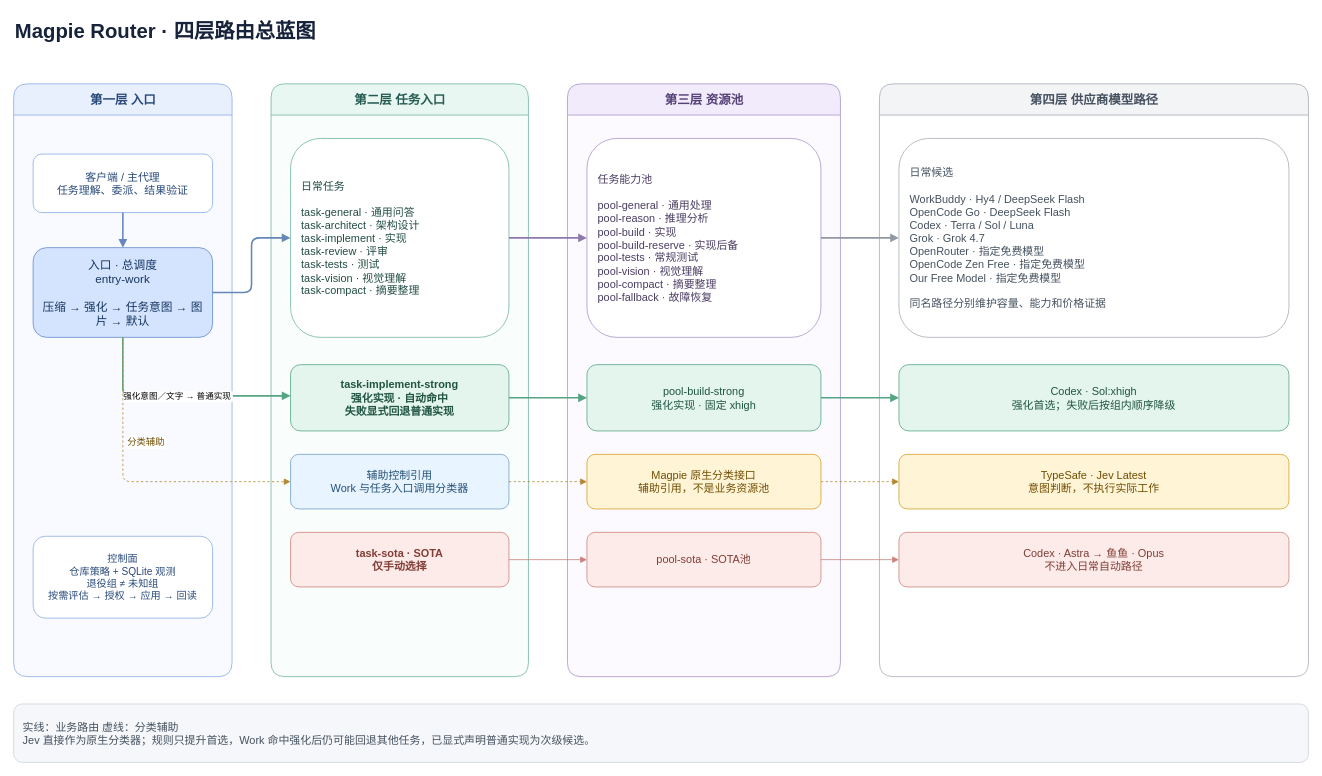
This is docs/routing-blueprint.drawio from luoluola2/magpie-router, a draw.io file, before an edit. Source tidied: cells renumbered, new cells numbered last; positions are measured from the earlier drawing's top-left corner, leaving out a move shared by most shapes. Both pictures are drawn from the tidied source at 78%, with x=0, y=0 at pixel (13, 13).
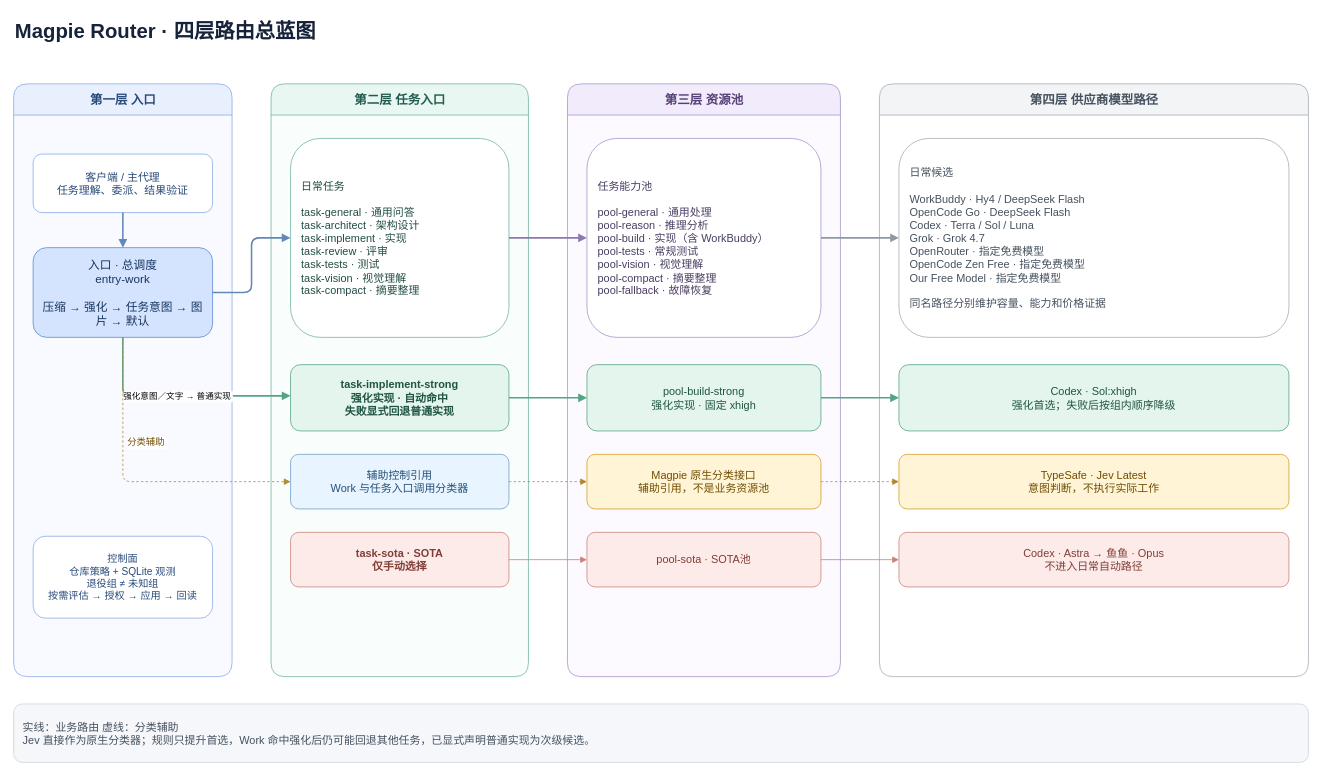
Above is the later version.

Commit message (it also covers changes not shown here):
fix: 移除实现后备并将 WorkBuddy 并入实现池

The change refers to these unchanged cells:
```xml
<mxCell id="12" value="第三层  资源池" style="swimlane;html=1;startSize=40;horizontal=1;rounded=1;fillColor=#F1EBFB;swimlaneFillColor=#FCFAFF;strokeColor=#A793C9;fontColor=#564177;fontStyle=1;fontSize=16;" parent="1" vertex="1">
  <mxGeometry x="710" y="90" width="350" height="760" as="geometry" />
</mxCell>
```

Change to the diagram source:
```diff
@@
-    <mxCell id="13" value="任务能力池&#10;&#10;pool-general · 通用处理&#10;pool-reason · 推理分析&#10;pool-build · 实现&#10;pool-build-reserve · 实现后备&#10;pool-tests · 常规测试&#10;pool-vision · 视觉理解&#10;pool-compact · 摘要整理&#10;pool-fallback · 故障恢复" style="rounded=1;whiteSpace=wrap;html=1;fillColor=#FFFFFF;strokeColor=#A793C9;fontColor=#4A3D62;fontSize=14;align=left;spacing=14;" parent="12" vertex="1">
+    <mxCell id="13" value="任务能力池&#10;&#10;pool-general · 通用处理&#10;pool-reason · 推理分析&#10;pool-build · 实现（含 WorkBuddy）&#10;pool-tests · 常规测试&#10;pool-vision · 视觉理解&#10;pool-compact · 摘要整理&#10;pool-fallback · 故障恢复" style="rounded=1;whiteSpace=wrap;html=1;fillColor=#FFFFFF;strokeColor=#A793C9;fontColor=#4A3D62;fontSize=14;align=left;spacing=14;" parent="12" vertex="1">
       <mxGeometry x="25" y="70" width="300" height="255" as="geometry" />
     </mxCell>
```
